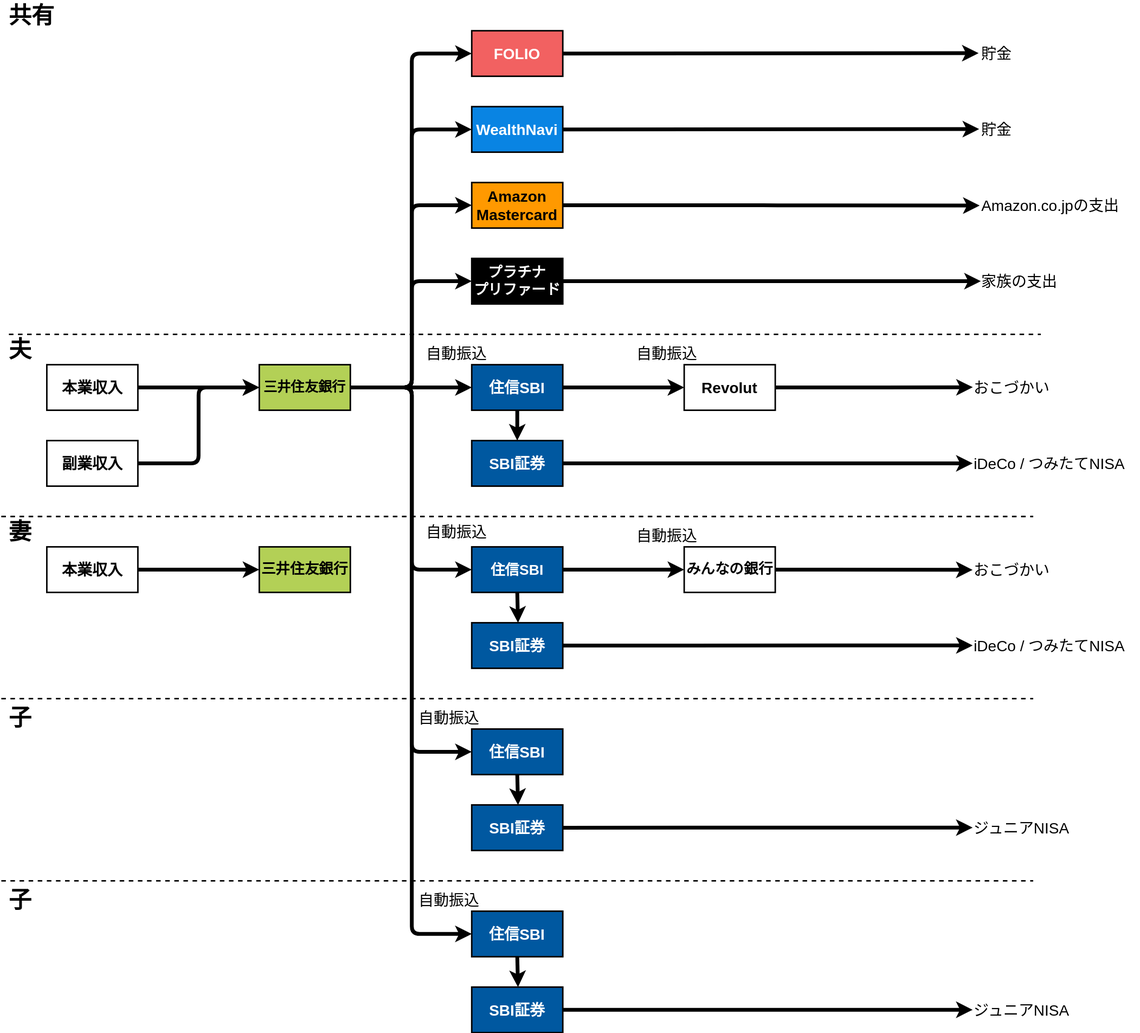
pranc1ngpegasus/moneyflow keeps this draw.io diagram as 202309.drawio.svg. Above is the earlier version. Source tidied: cells renumbered, new cells last; positions are measured from the earlier drawing's top-left corner, leaving out a move shared by most shapes.
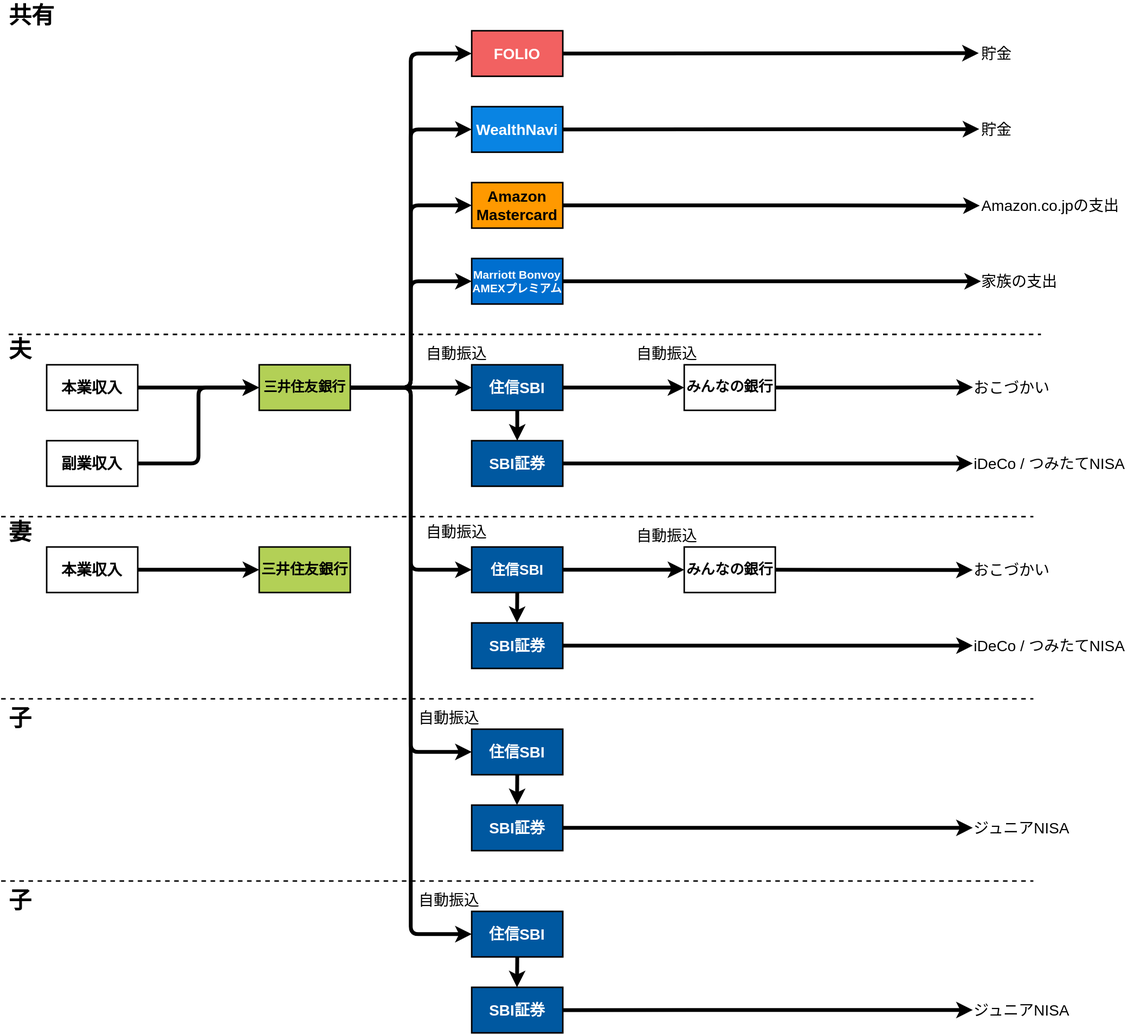
The same diagram one commit later.

Commit message:
202309.drawio.svg を更新します

The edit, as a diff of the source:
```diff
@@ -27,7 +27,7 @@
     <mxCell id="7" value="副業収入" style="rounded=0;whiteSpace=wrap;html=1;fontSize=20;fontStyle=1;strokeWidth=2;" parent="1" vertex="1">
       <mxGeometry x="60" y="580" width="120" height="60" as="geometry" />
     </mxCell>
-    <mxCell id="8" value="プラチナ&lt;br style=&quot;font-size: 19px;&quot;&gt;プリファード" style="rounded=0;whiteSpace=wrap;html=1;fontSize=19;fontStyle=1;fillColor=#000000;fontColor=#FFFFFF;strokeWidth=2;" parent="1" vertex="1">
+    <mxCell id="8" value="Marriott Bonvoy&lt;br style=&quot;font-size: 15px;&quot;&gt;AMEXプレミアム" style="rounded=0;whiteSpace=wrap;html=1;fontSize=15;fontStyle=1;fillColor=#006fcf;fontColor=#FFFFFF;strokeWidth=2;" parent="1" vertex="1">
       <mxGeometry x="620" y="340" width="120" height="60" as="geometry" />
     </mxCell>
     <mxCell id="9" style="edgeStyle=elbowEdgeStyle;endArrow=classic;html=1;fontSize=20;strokeWidth=5;exitX=1;exitY=0.5;exitDx=0;exitDy=0;entryX=0;entryY=0.5;entryDx=0;entryDy=0;" parent="1" edge="1" source="49" target="8">
@@ -167,7 +167,7 @@
     <mxCell id="49" value="三井住友銀行" style="rounded=0;whiteSpace=wrap;html=1;fontSize=18;fontStyle=1;fillColor=#B3D056;fontColor=#000000;strokeWidth=2;" parent="1" vertex="1">
       <mxGeometry x="340" y="480" width="120" height="60" as="geometry" />
     </mxCell>
-    <mxCell id="50" value="&lt;font style=&quot;font-size: 20px;&quot;&gt;&lt;span style=&quot;caret-color: rgb(255, 255, 255); font-size: 20px;&quot;&gt;Revolut&lt;/span&gt;&lt;/font&gt;" style="rounded=0;whiteSpace=wrap;html=1;fontSize=20;fontStyle=1;fillColor=#FFFFFF;strokeWidth=2;fontColor=#000000;" parent="1" vertex="1">
+    <mxCell id="50" value="&lt;font style=&quot;font-size: 19px;&quot;&gt;&lt;span style=&quot;caret-color: rgb(255, 255, 255); font-size: 19px;&quot;&gt;みんなの銀行&lt;/span&gt;&lt;/font&gt;" style="rounded=0;whiteSpace=wrap;html=1;fontSize=19;fontStyle=1;fillColor=#FFFFFF;strokeWidth=2;fontColor=#000000;" parent="1" vertex="1">
       <mxGeometry x="900" y="480" width="120" height="60" as="geometry" />
     </mxCell>
     <mxCell id="51" value="&lt;font style=&quot;font-size: 19px;&quot;&gt;&lt;span style=&quot;caret-color: rgb(255, 255, 255); font-size: 19px;&quot;&gt;三井住友銀行&lt;/span&gt;&lt;/font&gt;" style="rounded=0;whiteSpace=wrap;html=1;fontSize=19;fontStyle=1;fillColor=#B3D056;strokeWidth=2;fontColor=#000000;" parent="1" vertex="1">
```
